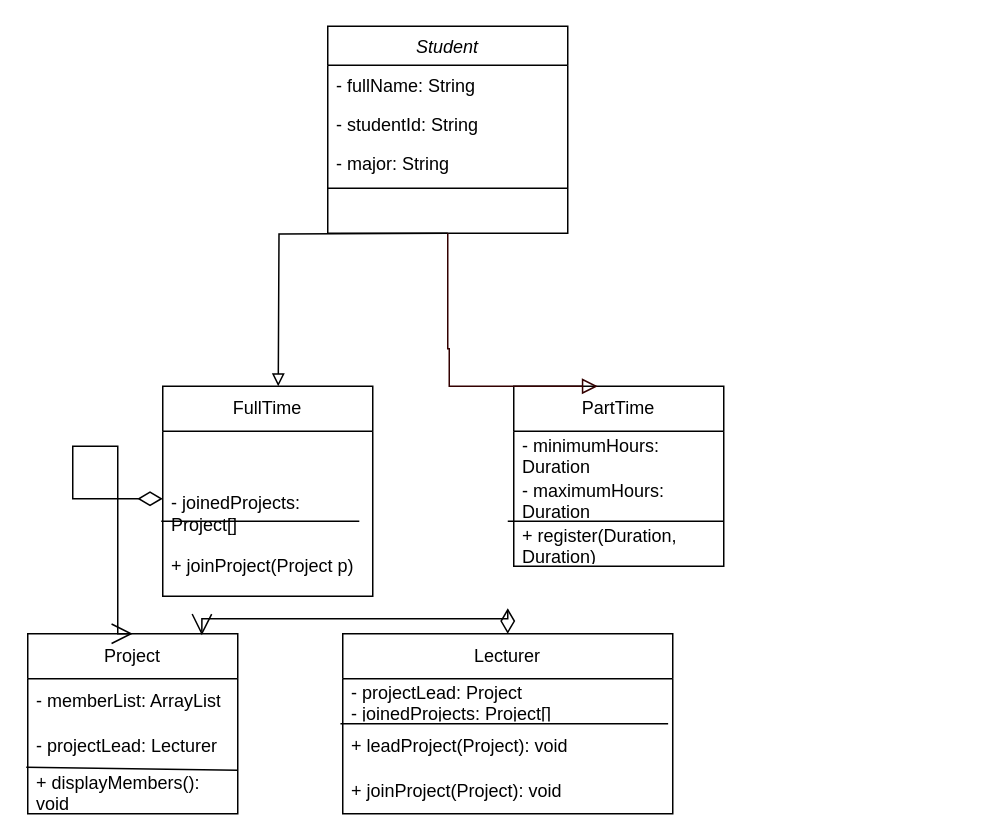
This is W1/Problem 2.drawio from s4075654/COSC2440-COSC2731, a draw.io file, before an edit. Source tidied: cells renumbered, new cells numbered last; positions are measured from the earlier drawing's top-left corner, leaving out a move shared by most shapes. Both pictures are drawn from the tidied source at 150%, with x=0, y=0 at pixel (27, 26).
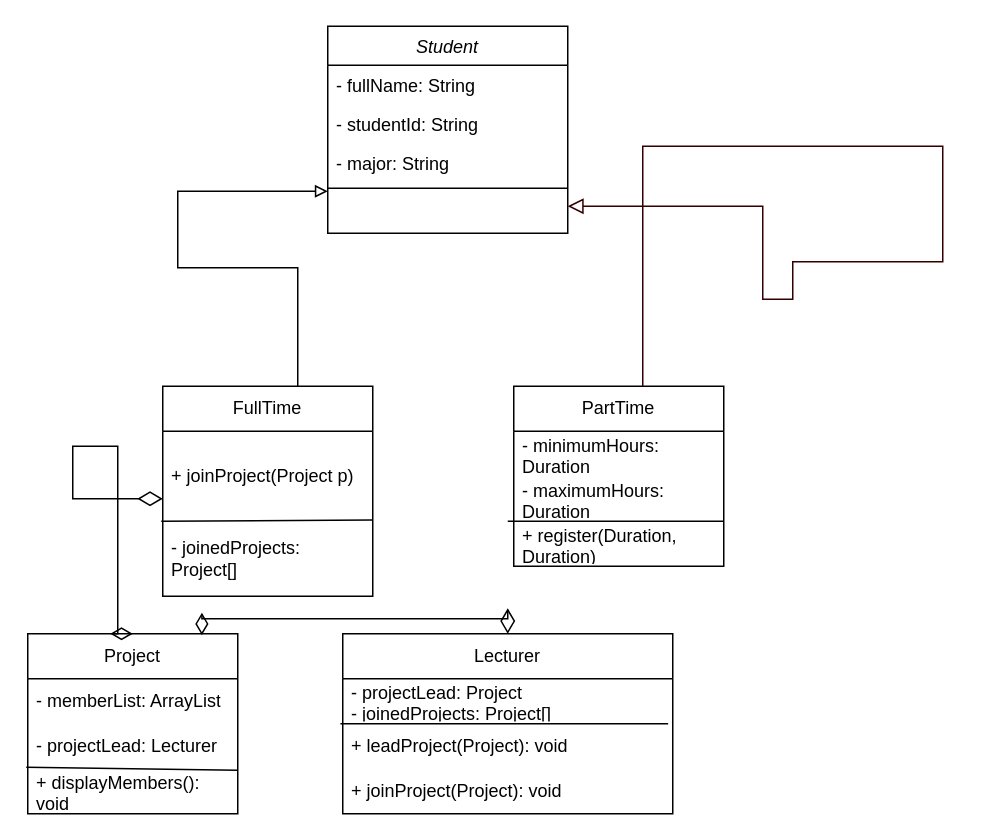
The same page after the edit.

Commit message (it also covers changes not shown here):
Finished problem 4 of week 4

Unchanged cells that the change refers to:
```xml
<mxCell id="2" value="Student" style="swimlane;fontStyle=2;align=center;verticalAlign=top;horizontal=1;startSize=26;rounded=0;shadow=0;strokeWidth=1;" parent="1" vertex="1">
  <mxGeometry x="200" width="160" height="138" as="geometry" />
</mxCell>
<mxCell id="8" value="PartTime" style="swimlane;fontStyle=0;horizontal=1;startSize=30;whiteSpace=wrap;html=1;" parent="1" vertex="1">
  <mxGeometry x="324" y="240" width="140" height="120" as="geometry" />
</mxCell>
<mxCell id="13" value="FullTime" style="swimlane;fontStyle=0;horizontal=1;startSize=30;whiteSpace=wrap;html=1;" parent="1" vertex="1">
  <mxGeometry x="90" y="240" width="140" height="140" as="geometry" />
</mxCell>
<mxCell id="16" value="Lecturer" style="swimlane;fontStyle=0;horizontal=1;startSize=30;whiteSpace=wrap;html=1;" parent="1" vertex="1">
  <mxGeometry x="210" y="405" width="220" height="120" as="geometry" />
</mxCell>
<mxCell id="21" value="Project" style="swimlane;fontStyle=0;horizontal=1;startSize=30;whiteSpace=wrap;html=1;" parent="1" vertex="1">
  <mxGeometry y="405" width="140" height="120" as="geometry" />
</mxCell>
```

What changed in the source:
```diff
@@
-    <mxCell id="7" style="edgeStyle=orthogonalEdgeStyle;rounded=0;orthogonalLoop=1;jettySize=auto;html=1;endArrow=block;endFill=0;" parent="2" edge="1">
-      <mxGeometry relative="1" as="geometry">
-        <mxPoint x="80" y="138" as="sourcePoint" />
-        <mxPoint x="-33" y="240" as="targetPoint" />
-      </mxGeometry>
-    </mxCell>
@@
+    <mxCell id="28" value="+ joinProject(Project p)" style="text;strokeColor=none;fillColor=none;align=left;verticalAlign=middle;spacingLeft=4;spacingRight=4;overflow=hidden;points=[[0,0.5],[1,0.5]];portConstraint=eastwest;whiteSpace=wrap;html=1;" parent="13" vertex="1">
+      <mxGeometry y="30" width="140" height="60" as="geometry" />
+    </mxCell>
     <mxCell id="14" value="- joinedProjects: Project[]" style="text;strokeColor=none;fillColor=none;align=left;verticalAlign=middle;spacingLeft=4;spacingRight=4;overflow=hidden;points=[[0,0.5],[1,0.5]];portConstraint=eastwest;whiteSpace=wrap;html=1;" parent="13" vertex="1">
-      <mxGeometry y="30" width="140" height="110" as="geometry" />
+      <mxGeometry y="90" width="140" height="50" as="geometry" />
     </mxCell>
-    <mxCell id="15" style="endArrow=none;html=1;rounded=0;entryX=0.936;entryY=0;entryDx=0;entryDy=0;entryPerimeter=0;exitX=-0.007;exitY=1;exitDx=0;exitDy=0;exitPerimeter=0;" parent="13" edge="1" target="28">
+    <mxCell id="15" style="endArrow=none;html=1;rounded=0;entryX=1;entryY=-0.018;entryDx=0;entryDy=0;entryPerimeter=0;exitX=-0.007;exitY=1;exitDx=0;exitDy=0;exitPerimeter=0;" parent="13" edge="1" target="14">
       <mxGeometry relative="1" as="geometry">
         <mxPoint x="-1" y="90" as="sourcePoint" />
       </mxGeometry>
     </mxCell>
@@
-    <mxCell id="26" style="endArrow=open;html=1;endSize=12;startArrow=diamondThin;startSize=14;startFill=0;edgeStyle=orthogonalEdgeStyle;align=left;verticalAlign=bottom;rounded=0;exitX=0;exitY=0.5;exitDx=0;exitDy=0;entryX=0.5;entryY=0;entryDx=0;entryDy=0;" parent="1" edge="1" target="21">
+    <mxCell id="26" style="endArrow=diamondThin;html=1;endSize=12;startArrow=diamondThin;startSize=14;startFill=0;edgeStyle=orthogonalEdgeStyle;align=left;verticalAlign=bottom;rounded=0;exitX=0;exitY=0.5;exitDx=0;exitDy=0;entryX=0.5;entryY=0;entryDx=0;entryDy=0;endFill=0;" parent="1" edge="1" target="21">
       <mxGeometry x="-0.27" y="20" relative="1" as="geometry">
         <mxPoint x="90" y="315" as="sourcePoint" />
         <Array as="points">
           <mxPoint x="30" y="315" />
           <mxPoint x="30" y="280" />
           <mxPoint x="60" y="280" />
           <mxPoint x="60" y="405" />
         </Array>
       </mxGeometry>
     </mxCell>
-    <mxCell id="27" style="endArrow=open;html=1;endSize=12;startArrow=diamondThin;startSize=14;startFill=0;edgeStyle=orthogonalEdgeStyle;align=left;verticalAlign=bottom;rounded=0;exitX=0.5;exitY=0;exitDx=0;exitDy=0;entryX=0.829;entryY=0.008;entryDx=0;entryDy=0;entryPerimeter=0;" parent="1" edge="1" source="16" target="21">
+    <mxCell id="27" style="endArrow=diamondThin;html=1;endSize=12;startArrow=diamondThin;startSize=14;startFill=0;edgeStyle=orthogonalEdgeStyle;align=left;verticalAlign=bottom;rounded=0;exitX=0.5;exitY=0;exitDx=0;exitDy=0;entryX=0.829;entryY=0.008;entryDx=0;entryDy=0;entryPerimeter=0;endFill=0;" parent="1" edge="1" source="16" target="21">
       <mxGeometry x="-0.89" y="-21" relative="1" as="geometry">
         <mxPoint x="20" y="16" as="offset" />
       </mxGeometry>
     </mxCell>
-    <mxCell id="28" value="+ joinProject(Project p)" style="text;strokeColor=none;fillColor=none;align=left;verticalAlign=middle;spacingLeft=4;spacingRight=4;overflow=hidden;points=[[0,0.5],[1,0.5]];portConstraint=eastwest;whiteSpace=wrap;html=1;" parent="1" vertex="1">
-      <mxGeometry x="90" y="330" width="140" height="60" as="geometry" />
-    </mxCell>
-    <mxCell id="29" style="edgeStyle=orthogonalEdgeStyle;html=1;verticalAlign=bottom;endArrow=block;endSize=8;strokeColor=#330000;rounded=0;entryX=0.4;entryY=0;entryDx=0;entryDy=0;entryPerimeter=0;exitX=0.5;exitY=1;exitDx=0;exitDy=0;endFill=0;" parent="1" edge="1" source="2" target="8">
+    <mxCell id="29" style="edgeStyle=orthogonalEdgeStyle;html=1;verticalAlign=bottom;endArrow=block;endSize=8;strokeColor=#330000;rounded=0;endFill=0;" parent="1" edge="1">
       <mxGeometry relative="1" as="geometry">
+        <mxPoint x="410" y="240" as="sourcePoint" />
+        <mxPoint x="360" y="120" as="targetPoint" />
         <Array as="points">
-          <mxPoint x="280" y="215" />
-          <mxPoint x="281" y="215" />
-          <mxPoint x="281" y="240" />
+          <mxPoint x="411" y="80" />
+          <mxPoint x="610" y="80" />
+          <mxPoint x="610" y="157" />
+          <mxPoint x="510" y="157" />
+          <mxPoint x="510" y="182" />
+          <mxPoint x="490" y="182" />
+          <mxPoint x="490" y="180" />
         </Array>
       </mxGeometry>
     </mxCell>
+    <mxCell id="7" style="edgeStyle=orthogonalEdgeStyle;rounded=0;jettySize=auto;html=1;endArrow=block;endFill=0;" parent="1" edge="1" source="13">
+      <mxGeometry relative="1" as="geometry">
+        <mxPoint x="200" y="110" as="targetPoint" />
+        <Array as="points">
+          <mxPoint x="180" y="161" />
+          <mxPoint x="100" y="161" />
+          <mxPoint x="100" y="110" />
+        </Array>
+      </mxGeometry>
+    </mxCell>
```
